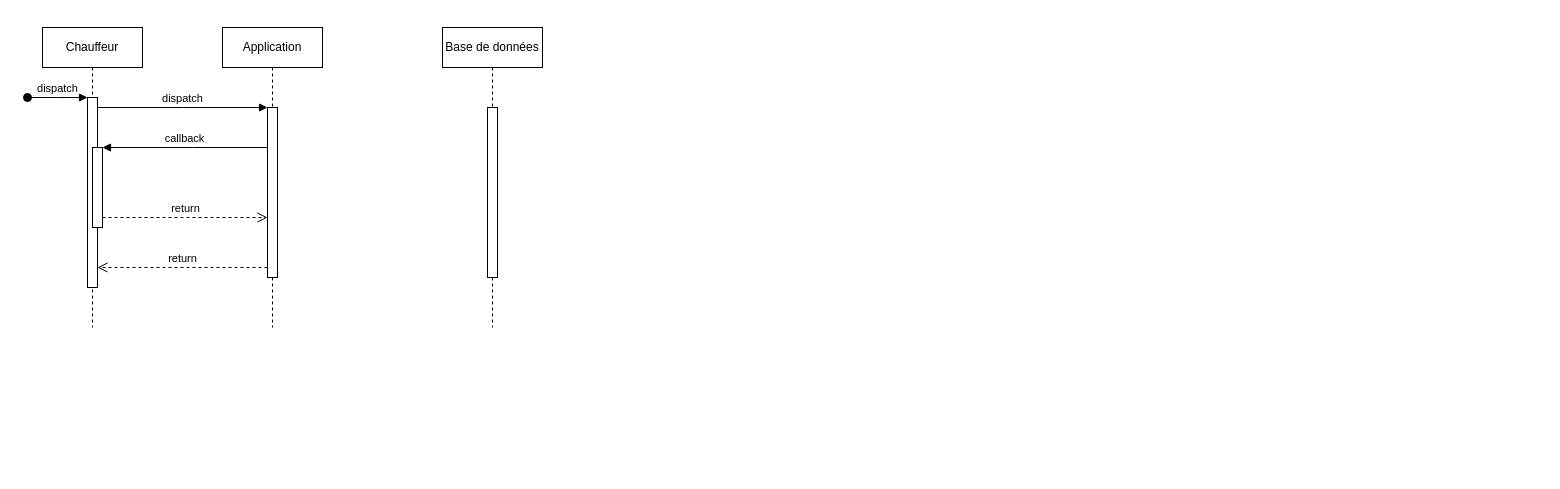
Earlier version of the draw.io diagram Diagramme de séquence EcoRide.drawio (elodiealix91620/EcoRide). Source tidied: cells renumbered, new cells numbered last; positions are measured from the earlier drawing's top-left corner, leaving out a move shared by most shapes. Both pictures are drawn from the tidied source at 100%, with x=0, y=0 at pixel (27, 27).
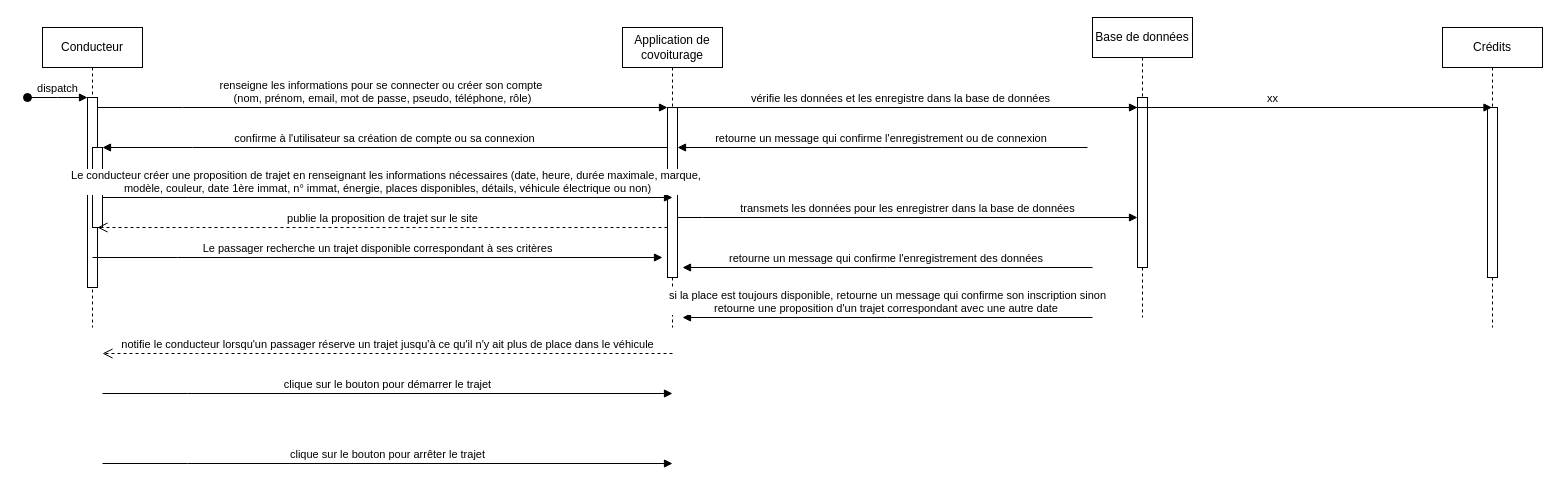
The same diagram, later.

Commit message:
Mettre à jour Diagramme de séquence EcoRide.drawio

The change refers to these unchanged cells:
```xml
<mxCell id="3" style="html=1;points=[];perimeter=orthogonalPerimeter;outlineConnect=0;targetShapes=umlLifeline;portConstraint=eastwest;newEdgeStyle={&quot;edgeStyle&quot;:&quot;elbowEdgeStyle&quot;,&quot;elbow&quot;:&quot;vertical&quot;,&quot;curved&quot;:0,&quot;rounded&quot;:0};" parent="2" vertex="1">
  <mxGeometry x="45" y="70" width="10" height="190" as="geometry" />
</mxCell>
<mxCell id="5" style="html=1;points=[];perimeter=orthogonalPerimeter;outlineConnect=0;targetShapes=umlLifeline;portConstraint=eastwest;newEdgeStyle={&quot;edgeStyle&quot;:&quot;elbowEdgeStyle&quot;,&quot;elbow&quot;:&quot;vertical&quot;,&quot;curved&quot;:0,&quot;rounded&quot;:0};" parent="2" vertex="1">
  <mxGeometry x="50" y="120" width="10" height="80" as="geometry" />
</mxCell>
<mxCell id="7" style="html=1;points=[];perimeter=orthogonalPerimeter;outlineConnect=0;targetShapes=umlLifeline;portConstraint=eastwest;newEdgeStyle={&quot;edgeStyle&quot;:&quot;elbowEdgeStyle&quot;,&quot;elbow&quot;:&quot;vertical&quot;,&quot;curved&quot;:0,&quot;rounded&quot;:0};" parent="6" vertex="1">
  <mxGeometry x="45" y="80" width="10" height="170" as="geometry" />
</mxCell>
<mxCell id="13" style="html=1;points=[];perimeter=orthogonalPerimeter;outlineConnect=0;targetShapes=umlLifeline;portConstraint=eastwest;newEdgeStyle={&quot;edgeStyle&quot;:&quot;elbowEdgeStyle&quot;,&quot;elbow&quot;:&quot;vertical&quot;,&quot;curved&quot;:0,&quot;rounded&quot;:0};" parent="12" vertex="1">
  <mxGeometry x="45" y="80" width="10" height="170" as="geometry" />
</mxCell>
```

Change to the diagram source:
```diff
@@
-    <mxCell id="2" value="Chauffeur" style="shape=umlLifeline;perimeter=lifelinePerimeter;whiteSpace=wrap;html=1;newEdgeStyle={&quot;edgeStyle&quot;:&quot;elbowEdgeStyle&quot;,&quot;elbow&quot;:&quot;vertical&quot;,&quot;curved&quot;:0,&quot;rounded&quot;:0};" parent="1" vertex="1">
+    <mxCell id="2" value="Conducteur" style="shape=umlLifeline;perimeter=lifelinePerimeter;whiteSpace=wrap;html=1;newEdgeStyle={&quot;edgeStyle&quot;:&quot;elbowEdgeStyle&quot;,&quot;elbow&quot;:&quot;vertical&quot;,&quot;curved&quot;:0,&quot;rounded&quot;:0};" parent="1" vertex="1">
       <mxGeometry x="15" width="100" height="300" as="geometry" />
     </mxCell>
@@
-    <mxCell id="6" value="Application" style="shape=umlLifeline;perimeter=lifelinePerimeter;whiteSpace=wrap;html=1;newEdgeStyle={&quot;edgeStyle&quot;:&quot;elbowEdgeStyle&quot;,&quot;elbow&quot;:&quot;vertical&quot;,&quot;curved&quot;:0,&quot;rounded&quot;:0};" parent="1" vertex="1">
-      <mxGeometry x="195" width="100" height="300" as="geometry" />
+    <mxCell id="6" value="Application de covoiturage" style="shape=umlLifeline;perimeter=lifelinePerimeter;whiteSpace=wrap;html=1;newEdgeStyle={&quot;edgeStyle&quot;:&quot;elbowEdgeStyle&quot;,&quot;elbow&quot;:&quot;vertical&quot;,&quot;curved&quot;:0,&quot;rounded&quot;:0};" parent="1" vertex="1">
+      <mxGeometry x="595" width="100" height="300" as="geometry" />
     </mxCell>
@@
-    <mxCell id="8" value="dispatch" style="html=1;verticalAlign=bottom;endArrow=block;edgeStyle=elbowEdgeStyle;elbow=vertical;curved=0;rounded=0;" parent="1" edge="1" source="3" target="7">
+    <mxCell id="8" value="renseigne les informations pour se connecter ou créer son compte&amp;nbsp;&lt;div&gt;(nom, prénom, email, mot de passe, pseudo, téléphone, rôle)&lt;/div&gt;" style="html=1;verticalAlign=bottom;endArrow=block;edgeStyle=elbowEdgeStyle;elbow=vertical;curved=0;rounded=0;" parent="1" edge="1" source="3" target="7">
       <mxGeometry relative="1" as="geometry">
         <Array as="points">
           <mxPoint x="155" y="80" />
         </Array>
       </mxGeometry>
     </mxCell>
-    <mxCell id="9" value="return" style="html=1;verticalAlign=bottom;endArrow=open;dashed=1;endSize=8;edgeStyle=elbowEdgeStyle;elbow=vertical;curved=0;rounded=0;" parent="1" edge="1" source="7" target="3">
+    <mxCell id="9" value="publie la proposition de trajet sur le site" style="html=1;verticalAlign=bottom;endArrow=open;dashed=1;endSize=8;edgeStyle=elbowEdgeStyle;elbow=vertical;curved=0;rounded=0;" parent="1" edge="1">
       <mxGeometry relative="1" as="geometry">
+        <mxPoint x="640" y="200" as="sourcePoint" />
+        <mxPoint x="70" y="200" as="targetPoint" />
         <Array as="points">
-          <mxPoint x="165" y="240" />
+          <mxPoint x="165" y="200" />
         </Array>
       </mxGeometry>
     </mxCell>
-    <mxCell id="10" value="callback" style="html=1;verticalAlign=bottom;endArrow=block;edgeStyle=elbowEdgeStyle;elbow=vertical;curved=0;rounded=0;" parent="1" edge="1" source="7" target="5">
+    <mxCell id="10" value="confirme à l'utilisateur sa création de compte ou sa connexion" style="html=1;verticalAlign=bottom;endArrow=block;edgeStyle=elbowEdgeStyle;elbow=vertical;curved=0;rounded=0;" parent="1" edge="1" source="7" target="5">
       <mxGeometry relative="1" as="geometry">
         <Array as="points">
           <mxPoint x="165" y="120" />
         </Array>
       </mxGeometry>
     </mxCell>
-    <mxCell id="11" value="return" style="html=1;verticalAlign=bottom;endArrow=open;dashed=1;endSize=8;edgeStyle=elbowEdgeStyle;elbow=vertical;curved=0;rounded=0;" parent="1" edge="1" source="5" target="7">
-      <mxGeometry relative="1" as="geometry">
-        <Array as="points">
-          <mxPoint x="155" y="190" />
-        </Array>
-      </mxGeometry>
-    </mxCell>
     <mxCell id="12" value="Base de données" style="shape=umlLifeline;perimeter=lifelinePerimeter;whiteSpace=wrap;html=1;newEdgeStyle={&quot;edgeStyle&quot;:&quot;elbowEdgeStyle&quot;,&quot;elbow&quot;:&quot;vertical&quot;,&quot;curved&quot;:0,&quot;rounded&quot;:0};" parent="1" vertex="1">
-      <mxGeometry x="415" width="100" height="300" as="geometry" />
+      <mxGeometry x="1065" y="-10" width="100" height="300" as="geometry" />
     </mxCell>
@@
+    <mxCell id="14" value="Crédits" style="shape=umlLifeline;perimeter=lifelinePerimeter;whiteSpace=wrap;html=1;outlineConnect=0;portConstraint=eastwest;newEdgeStyle={&quot;edgeStyle&quot;:&quot;elbowEdgeStyle&quot;,&quot;elbow&quot;:&quot;vertical&quot;,&quot;curved&quot;:0,&quot;rounded&quot;:0};" parent="1" vertex="1">
+      <mxGeometry x="1415" width="100" height="300" as="geometry" />
+    </mxCell>
+    <mxCell id="15" style="html=1;perimeter=orthogonalPerimeter;targetShapes=umlLifeline;newEdgeStyle={&quot;edgeStyle&quot;:&quot;elbowEdgeStyle&quot;,&quot;elbow&quot;:&quot;vertical&quot;,&quot;curved&quot;:0,&quot;rounded&quot;:0};" parent="14" vertex="1">
+      <mxGeometry x="45" y="80" width="10" height="170" as="geometry" />
+    </mxCell>
+    <mxCell id="16" value="vérifie les données et les enregistre dans la base de données" style="html=1;verticalAlign=bottom;endArrow=block;edgeStyle=elbowEdgeStyle;elbow=vertical;curved=0;rounded=0;" parent="1" edge="1" target="13">
+      <mxGeometry relative="1" as="geometry">
+        <mxPoint x="655" y="80" as="sourcePoint" />
+        <Array as="points">
+          <mxPoint x="645" y="80" />
+        </Array>
+      </mxGeometry>
+    </mxCell>
+    <mxCell id="17" value="xx" style="html=1;verticalAlign=bottom;endArrow=block;edgeStyle=elbowEdgeStyle;elbow=vertical;curved=0;rounded=0;" parent="1" edge="1" target="14">
+      <mxGeometry relative="1" as="geometry">
+        <mxPoint x="1105" y="80" as="sourcePoint" />
+        <Array as="points">
+          <mxPoint x="1065" y="80" />
+        </Array>
+      </mxGeometry>
+    </mxCell>
+    <mxCell id="18" value="retourne un message qui confirme l'enregistrement ou de connexion&amp;nbsp;" style="html=1;verticalAlign=bottom;endArrow=block;edgeStyle=elbowEdgeStyle;elbow=vertical;curved=0;rounded=0;" parent="1" edge="1" target="7">
+      <mxGeometry relative="1" as="geometry">
+        <mxPoint x="1060" y="120" as="sourcePoint" />
+      </mxGeometry>
+    </mxCell>
+    <mxCell id="19" value="transmets les données pour les enregistrer dans la base de données" style="html=1;verticalAlign=bottom;endArrow=block;edgeStyle=elbowEdgeStyle;elbow=horizontal;curved=0;rounded=0;" parent="1" edge="1" source="7" target="13">
+      <mxGeometry relative="1" as="geometry">
+        <Array as="points">
+          <mxPoint x="675" y="190" />
+          <mxPoint x="645" y="190" />
+        </Array>
+      </mxGeometry>
+    </mxCell>
+    <mxCell id="20" value="retourne un message qui confirme l'enregistrement des données&amp;nbsp;" style="html=1;verticalAlign=bottom;endArrow=block;edgeStyle=elbowEdgeStyle;elbow=vertical;curved=0;rounded=0;" parent="1" edge="1">
+      <mxGeometry relative="1" as="geometry">
+        <mxPoint x="1065" y="240" as="sourcePoint" />
+        <mxPoint x="655" y="240" as="targetPoint" />
+      </mxGeometry>
+    </mxCell>
+    <mxCell id="21" value="notifie le conducteur lorsqu'un passager réserve un trajet jusqu'à ce qu'il n'y ait plus de place dans le véhicule" style="html=1;verticalAlign=bottom;endArrow=open;dashed=1;endSize=8;edgeStyle=elbowEdgeStyle;elbow=vertical;curved=0;rounded=0;" parent="1" edge="1">
+      <mxGeometry relative="1" as="geometry">
+        <mxPoint x="645" y="326" as="sourcePoint" />
+        <mxPoint x="75" y="326" as="targetPoint" />
+        <Array as="points">
+          <mxPoint x="170" y="326" />
+        </Array>
+      </mxGeometry>
+    </mxCell>
+    <mxCell id="22" value="clique sur le bouton pour démarrer le trajet" style="html=1;verticalAlign=bottom;endArrow=block;edgeStyle=elbowEdgeStyle;elbow=vertical;curved=0;rounded=0;" parent="1" edge="1">
+      <mxGeometry relative="1" as="geometry">
+        <mxPoint x="75" y="366" as="sourcePoint" />
+        <mxPoint x="645" y="366" as="targetPoint" />
+        <Array as="points">
+          <mxPoint x="160" y="366" />
+        </Array>
+      </mxGeometry>
+    </mxCell>
+    <mxCell id="23" value="clique sur le bouton pour arrêter le trajet" style="html=1;verticalAlign=bottom;endArrow=block;edgeStyle=elbowEdgeStyle;elbow=vertical;curved=0;rounded=0;" parent="1" edge="1">
+      <mxGeometry relative="1" as="geometry">
+        <mxPoint x="75" y="436" as="sourcePoint" />
+        <mxPoint x="645" y="436" as="targetPoint" />
+        <Array as="points">
+          <mxPoint x="160" y="436" />
+        </Array>
+      </mxGeometry>
+    </mxCell>
+    <mxCell id="24" value="Le conducteur créer une proposition de trajet en renseignant les informations nécessaires (date, heure, durée maximale, marque,&amp;nbsp;&lt;div&gt;modèle, couleur, date 1ère immat, n° immat, énergie, places disponibles, détails, véhicule électrique ou non)&lt;/div&gt;" style="html=1;verticalAlign=bottom;endArrow=block;edgeStyle=elbowEdgeStyle;elbow=vertical;curved=0;rounded=0;" parent="1" edge="1">
+      <mxGeometry relative="1" as="geometry">
+        <mxPoint x="75" y="170" as="sourcePoint" />
+        <mxPoint x="645" y="170" as="targetPoint" />
+        <Array as="points">
+          <mxPoint x="160" y="170" />
+        </Array>
+      </mxGeometry>
+    </mxCell>
+    <mxCell id="25" value="&lt;div&gt;Le passager recherche un trajet disponible correspondant à ses critères&lt;/div&gt;" style="html=1;verticalAlign=bottom;endArrow=block;edgeStyle=elbowEdgeStyle;elbow=vertical;curved=0;rounded=0;" parent="1" edge="1">
+      <mxGeometry relative="1" as="geometry">
+        <mxPoint x="65" y="230" as="sourcePoint" />
+        <mxPoint x="635" y="230" as="targetPoint" />
+        <Array as="points">
+          <mxPoint x="150" y="230" />
+        </Array>
+      </mxGeometry>
+    </mxCell>
+    <mxCell id="26" value="si la place est toujours disponible, retourne un message qui confirme son inscription sinon&lt;div&gt;retourne une proposition d'un trajet correspondant avec une autre date&amp;nbsp;&lt;/div&gt;" style="html=1;verticalAlign=bottom;endArrow=block;edgeStyle=elbowEdgeStyle;elbow=vertical;curved=0;rounded=0;" parent="1" edge="1">
+      <mxGeometry relative="1" as="geometry">
+        <mxPoint x="1065" y="290" as="sourcePoint" />
+        <mxPoint x="655" y="290" as="targetPoint" />
+      </mxGeometry>
+    </mxCell>
```
